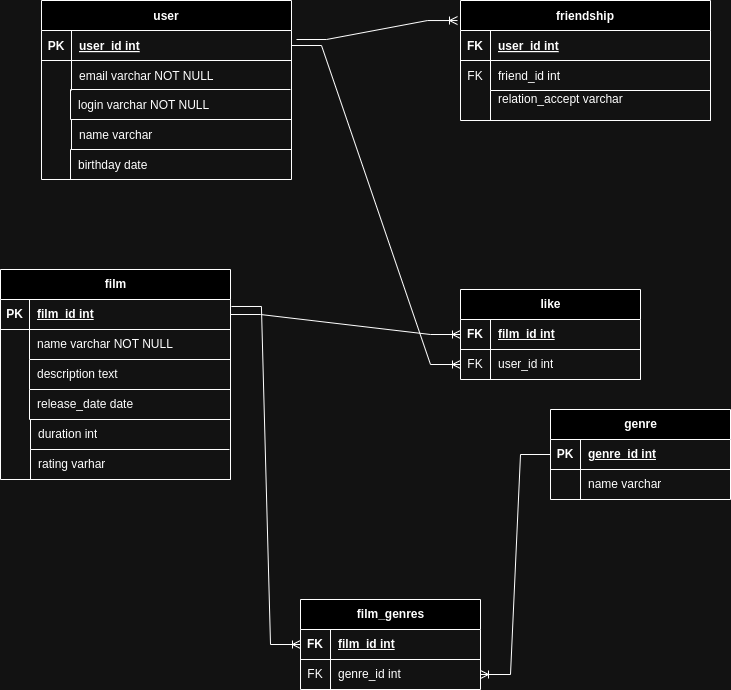
Above: filmrate.png in lazyabrikos/java-filmorate (draw.io), before the change. Source tidied: cells renumbered, new cells last; positions are measured from the earlier drawing's top-left corner, leaving out a move shared by most shapes.
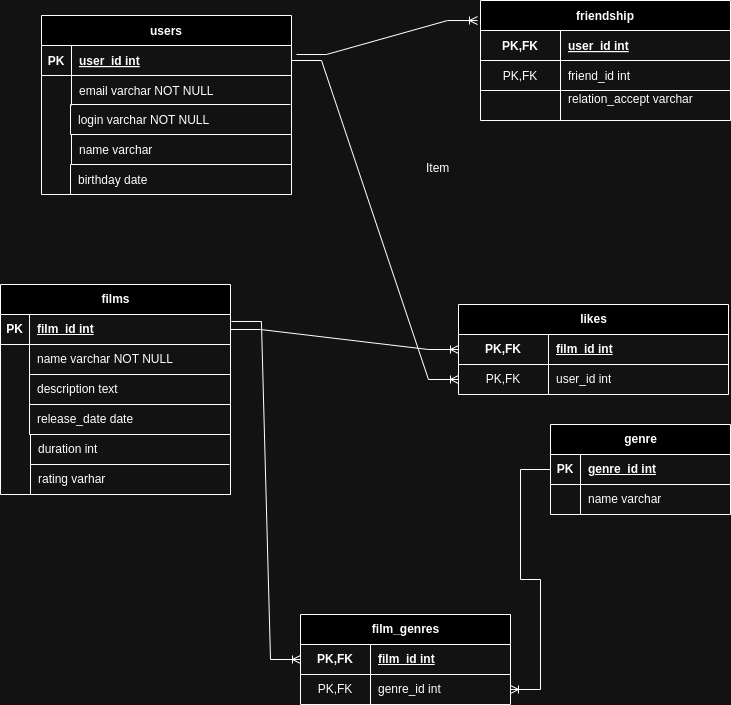
After the change.

Commit message:
add db schema and add some info in README.md

Change to the diagram source:
```diff
@@ -2,37 +2,7 @@
   <root>
     <mxCell id="0" />
     <mxCell id="1" parent="0" />
-    <mxCell id="2" value="friendship" style="shape=table;startSize=30;rowLines=0;fontStyle=1;align=center;" parent="1" vertex="1">
-      <mxGeometry x="460" width="250" height="120" as="geometry" />
-    </mxCell>
-    <mxCell id="3" style="shape=partialRectangle;fillColor=none;top=0;left=0;right=0;bottom=1;" parent="2" vertex="1">
-      <mxGeometry y="30" width="250" height="30" as="geometry" />
-    </mxCell>
-    <mxCell id="4" value="FK" style="shape=partialRectangle;overflow=hidden;fillColor=none;top=0;left=0;bottom=0;right=0;fontStyle=1;" parent="3" vertex="1">
-      <mxGeometry width="30" height="30" as="geometry" />
-    </mxCell>
-    <mxCell id="5" value="user_id int" style="shape=partialRectangle;overflow=hidden;fillColor=none;top=0;left=0;bottom=0;right=0;align=left;spacingLeft=6;fontStyle=5;" parent="3" vertex="1">
-      <mxGeometry x="30" width="220" height="30" as="geometry" />
-    </mxCell>
-    <mxCell id="6" style="shape=partialRectangle;fillColor=none;top=0;left=0;right=0;bottom=0;" parent="2" vertex="1">
-      <mxGeometry y="60" width="250" height="30" as="geometry" />
-    </mxCell>
-    <mxCell id="7" value="FK" style="shape=partialRectangle;overflow=hidden;fillColor=none;top=0;left=0;bottom=0;right=0;" parent="6" vertex="1">
-      <mxGeometry width="30" height="30" as="geometry" />
-    </mxCell>
-    <mxCell id="8" value="friend_id int" style="shape=partialRectangle;overflow=hidden;fillColor=none;top=0;left=0;bottom=1;right=0;align=left;spacingLeft=6;" parent="6" vertex="1">
-      <mxGeometry x="30" width="220" height="30" as="geometry" />
-    </mxCell>
-    <mxCell id="9" style="shape=partialRectangle;fillColor=none;top=0;left=0;right=0;bottom=0;" parent="2" vertex="1">
-      <mxGeometry y="90" width="250" height="30" as="geometry" />
-    </mxCell>
-    <mxCell id="10" style="shape=partialRectangle;overflow=hidden;fillColor=none;top=0;left=0;bottom=0;right=0;" parent="9" vertex="1">
-      <mxGeometry width="30" height="30" as="geometry" />
-    </mxCell>
-    <mxCell id="11" value="relation_accept varchar&#10;" style="shape=partialRectangle;overflow=hidden;fillColor=none;top=0;left=0;bottom=1;right=0;align=left;spacingLeft=6;" parent="9" vertex="1">
-      <mxGeometry x="30" width="220" height="30" as="geometry" />
-    </mxCell>
-    <mxCell id="12" value="user" style="shape=table;startSize=30;rowLines=0;fontStyle=1;align=center;" parent="1" vertex="1">
+    <mxCell id="12" value="users" style="shape=table;startSize=30;rowLines=0;fontStyle=1;align=center;" parent="1" vertex="1">
       <mxGeometry x="41" width="250" height="179" as="geometry" />
     </mxCell>
     <mxCell id="13" style="shape=partialRectangle;fillColor=none;points=[[0,0.5],[1,0.5]];portConstraint=eastwest;top=0;left=0;right=0;bottom=1;" parent="12" vertex="1">
@@ -65,7 +35,7 @@
     <mxCell id="22" style="edgeStyle=entityRelationEdgeStyle;fontSize=12;html=1;endArrow=ERoneToMany;rounded=0;exitX=1.02;exitY=0.3;exitDx=0;exitDy=0;exitPerimeter=0;entryX=-0.012;entryY=0.167;entryDx=0;entryDy=0;entryPerimeter=0;" parent="1" edge="1" source="13" target="2">
       <mxGeometry relative="1" as="geometry" />
     </mxCell>
-    <mxCell id="23" value="&lt;div&gt;film&lt;/div&gt;" style="shape=table;startSize=30;rowLines=0;fontStyle=1;align=center;html=1;" parent="1" vertex="1">
+    <mxCell id="23" value="&lt;div&gt;films&lt;/div&gt;" style="shape=table;startSize=30;rowLines=0;fontStyle=1;align=center;html=1;" parent="1" vertex="1">
       <mxGeometry y="269" width="230" height="210" as="geometry" />
     </mxCell>
     <mxCell id="24" style="shape=tableRow;horizontal=0;startSize=0;swimlaneHead=0;swimlaneBody=0;fillColor=none;points=[[0,0.5],[1,0.5]];portConstraint=eastwest;top=0;left=0;right=0;bottom=1;" parent="23" vertex="1">
@@ -110,26 +80,26 @@
     <mxCell id="37" style="shape=partialRectangle;fillColor=none;top=0;left=0;bottom=0;right=0;overflow=hidden;whiteSpace=wrap;html=1;" parent="36" vertex="1">
       <mxGeometry width="30" height="30" as="geometry" />
     </mxCell>
-    <mxCell id="38" value="like" style="shape=table;startSize=30;rowLines=0;fontStyle=1;align=center;html=1;" parent="1" vertex="1">
-      <mxGeometry x="460" y="289" width="180" height="90" as="geometry" />
+    <mxCell id="38" value="likes" style="shape=table;startSize=30;rowLines=0;fontStyle=1;align=center;html=1;" parent="1" vertex="1">
+      <mxGeometry x="458" y="289" width="270" height="90" as="geometry" />
     </mxCell>
     <mxCell id="39" style="shape=tableRow;horizontal=0;startSize=0;swimlaneHead=0;swimlaneBody=0;fillColor=none;points=[[0,0.5],[1,0.5]];portConstraint=eastwest;top=0;left=0;right=0;bottom=1;" parent="38" vertex="1">
-      <mxGeometry y="30" width="180" height="30" as="geometry" />
+      <mxGeometry y="30" width="270" height="30" as="geometry" />
     </mxCell>
-    <mxCell id="40" value="FK" style="shape=partialRectangle;fillColor=none;top=0;left=0;bottom=0;right=0;fontStyle=1;overflow=hidden;whiteSpace=wrap;html=1;" parent="39" vertex="1">
-      <mxGeometry width="30" height="30" as="geometry" />
+    <mxCell id="40" value="PK,FK" style="shape=partialRectangle;fillColor=none;top=0;left=0;bottom=0;right=0;fontStyle=1;overflow=hidden;whiteSpace=wrap;html=1;" parent="39" vertex="1">
+      <mxGeometry width="90" height="30" as="geometry" />
     </mxCell>
     <mxCell id="41" value="film_id int" style="shape=partialRectangle;fillColor=none;top=0;left=0;bottom=0;right=0;align=left;spacingLeft=6;fontStyle=5;overflow=hidden;whiteSpace=wrap;html=1;" parent="39" vertex="1">
-      <mxGeometry x="30" width="150" height="30" as="geometry" />
+      <mxGeometry x="90" width="180" height="30" as="geometry" />
     </mxCell>
     <mxCell id="42" style="shape=tableRow;horizontal=0;startSize=0;swimlaneHead=0;swimlaneBody=0;fillColor=none;points=[[0,0.5],[1,0.5]];portConstraint=eastwest;top=0;left=0;right=0;bottom=0;" parent="38" vertex="1">
-      <mxGeometry y="60" width="180" height="30" as="geometry" />
+      <mxGeometry y="60" width="270" height="30" as="geometry" />
     </mxCell>
-    <mxCell id="43" value="FK" style="shape=partialRectangle;fillColor=none;top=0;left=0;bottom=0;right=0;overflow=hidden;whiteSpace=wrap;html=1;" parent="42" vertex="1">
-      <mxGeometry width="30" height="30" as="geometry" />
+    <mxCell id="43" value="PK,&lt;span style=&quot;background-color: initial;&quot;&gt;FK&lt;/span&gt;" style="shape=partialRectangle;fillColor=none;top=0;left=0;bottom=0;right=0;overflow=hidden;whiteSpace=wrap;html=1;" parent="42" vertex="1">
+      <mxGeometry width="90" height="30" as="geometry" />
     </mxCell>
     <mxCell id="44" value="user_id int" style="shape=partialRectangle;fillColor=none;top=0;left=0;bottom=1;right=0;align=left;spacingLeft=6;overflow=hidden;whiteSpace=wrap;html=1;" parent="42" vertex="1">
-      <mxGeometry x="30" width="150" height="30" as="geometry" />
+      <mxGeometry x="90" width="180" height="30" as="geometry" />
     </mxCell>
     <mxCell id="45" style="edgeStyle=entityRelationEdgeStyle;fontSize=12;html=1;endArrow=ERoneToMany;rounded=0;exitX=1;exitY=0.5;exitDx=0;exitDy=0;entryX=0;entryY=0.5;entryDx=0;entryDy=0;" parent="1" edge="1" source="24" target="39">
       <mxGeometry relative="1" as="geometry" />
@@ -162,25 +132,25 @@
       <mxGeometry x="30" y="449" width="200" height="30" as="geometry" />
     </mxCell>
     <mxCell id="55" value="film_genres" style="shape=table;startSize=30;rowLines=0;fontStyle=1;align=center;html=1;" parent="1" vertex="1">
-      <mxGeometry x="300" y="599" width="180" height="90" as="geometry" />
+      <mxGeometry x="300" y="599" width="210" height="90" as="geometry" />
     </mxCell>
     <mxCell id="56" style="shape=tableRow;horizontal=0;startSize=0;swimlaneHead=0;swimlaneBody=0;fillColor=none;points=[[0,0.5],[1,0.5]];portConstraint=eastwest;top=0;left=0;right=0;bottom=1;" parent="55" vertex="1">
-      <mxGeometry y="30" width="180" height="30" as="geometry" />
+      <mxGeometry y="30" width="210" height="30" as="geometry" />
     </mxCell>
-    <mxCell id="57" value="FK" style="shape=partialRectangle;fillColor=none;top=0;left=0;bottom=0;right=0;fontStyle=1;overflow=hidden;whiteSpace=wrap;html=1;" parent="56" vertex="1">
-      <mxGeometry width="30" height="30" as="geometry" />
+    <mxCell id="57" value="PK,FK" style="shape=partialRectangle;fillColor=none;top=0;left=0;bottom=0;right=0;fontStyle=1;overflow=hidden;whiteSpace=wrap;html=1;" parent="56" vertex="1">
+      <mxGeometry width="70" height="30" as="geometry" />
     </mxCell>
     <mxCell id="58" value="film_id int" style="shape=partialRectangle;fillColor=none;top=0;left=0;bottom=0;right=0;align=left;spacingLeft=6;fontStyle=5;overflow=hidden;whiteSpace=wrap;html=1;" parent="56" vertex="1">
-      <mxGeometry x="30" width="150" height="30" as="geometry" />
+      <mxGeometry x="70" width="140" height="30" as="geometry" />
     </mxCell>
     <mxCell id="59" style="shape=tableRow;horizontal=0;startSize=0;swimlaneHead=0;swimlaneBody=0;fillColor=none;points=[[0,0.5],[1,0.5]];portConstraint=eastwest;top=0;left=0;right=0;bottom=0;" parent="55" vertex="1">
-      <mxGeometry y="60" width="180" height="30" as="geometry" />
+      <mxGeometry y="60" width="210" height="30" as="geometry" />
     </mxCell>
-    <mxCell id="60" value="FK" style="shape=partialRectangle;fillColor=none;top=0;left=0;bottom=0;right=0;overflow=hidden;whiteSpace=wrap;html=1;" parent="59" vertex="1">
-      <mxGeometry width="30" height="30" as="geometry" />
+    <mxCell id="60" value="PK,&lt;span style=&quot;background-color: initial;&quot;&gt;FK&lt;/span&gt;" style="shape=partialRectangle;fillColor=none;top=0;left=0;bottom=0;right=0;overflow=hidden;whiteSpace=wrap;html=1;" parent="59" vertex="1">
+      <mxGeometry width="70" height="30" as="geometry" />
     </mxCell>
     <mxCell id="61" value="genre_id int" style="shape=partialRectangle;fillColor=none;top=0;left=0;bottom=0;right=0;align=left;spacingLeft=6;overflow=hidden;whiteSpace=wrap;html=1;" parent="59" vertex="1">
-      <mxGeometry x="30" width="150" height="30" as="geometry" />
+      <mxGeometry x="70" width="140" height="30" as="geometry" />
     </mxCell>
     <mxCell id="62" style="edgeStyle=entityRelationEdgeStyle;fontSize=12;html=1;endArrow=ERoneToMany;rounded=0;entryX=0;entryY=0.5;entryDx=0;entryDy=0;exitX=1.004;exitY=0.233;exitDx=0;exitDy=0;exitPerimeter=0;" parent="1" edge="1" source="24" target="56">
       <mxGeometry relative="1" as="geometry" />
@@ -191,5 +161,38 @@
     <mxCell id="64" style="edgeStyle=entityRelationEdgeStyle;fontSize=12;html=1;endArrow=ERoneToMany;rounded=0;entryX=1;entryY=0.5;entryDx=0;entryDy=0;exitX=0;exitY=0.5;exitDx=0;exitDy=0;" parent="1" edge="1" source="48" target="59">
       <mxGeometry relative="1" as="geometry" />
     </mxCell>
+    <mxCell id="65" value="Item" style="text;strokeColor=none;fillColor=none;spacingLeft=4;spacingRight=4;overflow=hidden;fontSize=12;whiteSpace=wrap;html=1;" parent="1" vertex="1">
+      <mxGeometry x="420" y="139" width="40" height="30" as="geometry" />
+    </mxCell>
+    <mxCell id="2" value="friendship" style="shape=table;startSize=30;rowLines=0;fontStyle=1;align=center;" parent="1" vertex="1">
+      <mxGeometry x="480" y="-15" width="250" height="120" as="geometry" />
+    </mxCell>
+    <mxCell id="3" style="shape=partialRectangle;fillColor=none;top=0;left=0;right=0;bottom=1;" parent="2" vertex="1">
+      <mxGeometry y="30" width="250" height="30" as="geometry" />
+    </mxCell>
+    <mxCell id="4" value="PK,FK" style="shape=partialRectangle;overflow=hidden;fillColor=none;top=0;left=0;bottom=0;right=0;fontStyle=1;" parent="3" vertex="1">
+      <mxGeometry width="80" height="30" as="geometry" />
+    </mxCell>
+    <mxCell id="5" value="user_id int" style="shape=partialRectangle;overflow=hidden;fillColor=none;top=0;left=0;bottom=0;right=0;align=left;spacingLeft=6;fontStyle=5;" parent="3" vertex="1">
+      <mxGeometry x="80" width="170" height="30" as="geometry" />
+    </mxCell>
+    <mxCell id="6" style="shape=partialRectangle;fillColor=none;top=0;left=0;right=0;bottom=0;" parent="2" vertex="1">
+      <mxGeometry y="60" width="250" height="30" as="geometry" />
+    </mxCell>
+    <mxCell id="7" value="PK,FK" style="shape=partialRectangle;overflow=hidden;fillColor=none;top=0;left=0;bottom=1;right=0;" parent="6" vertex="1">
+      <mxGeometry width="80" height="30" as="geometry" />
+    </mxCell>
+    <mxCell id="8" value="friend_id int" style="shape=partialRectangle;overflow=hidden;fillColor=none;top=0;left=0;bottom=1;right=0;align=left;spacingLeft=6;" parent="6" vertex="1">
+      <mxGeometry x="80" width="170" height="30" as="geometry" />
+    </mxCell>
+    <mxCell id="9" style="shape=partialRectangle;fillColor=none;top=0;left=0;right=0;bottom=0;" parent="2" vertex="1">
+      <mxGeometry y="90" width="250" height="30" as="geometry" />
+    </mxCell>
+    <mxCell id="10" style="shape=partialRectangle;overflow=hidden;fillColor=none;top=0;left=0;bottom=0;right=0;" parent="9" vertex="1">
+      <mxGeometry width="80" height="30" as="geometry" />
+    </mxCell>
+    <mxCell id="11" value="relation_accept varchar&#10;" style="shape=partialRectangle;overflow=hidden;fillColor=none;top=0;left=0;bottom=1;right=0;align=left;spacingLeft=6;" parent="9" vertex="1">
+      <mxGeometry x="80" width="170" height="30" as="geometry" />
+    </mxCell>
   </root>
 </mxGraphModel>
```
